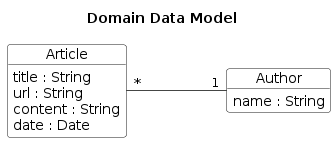
Earlier version of the PlantUML export docs/img/Domain Data Model.png (1Krypt0/FEUP-PRI-PROJ).
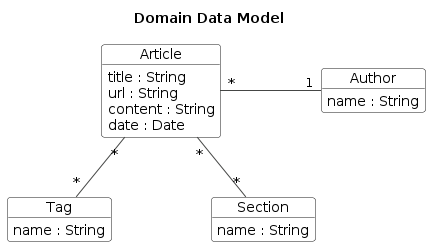
Above is the later version.

Commit message:
Update domain data model

Diff of the diagram source:
```diff
@@ -19,6 +19,16 @@
     name : String
 }
 
+object Tag {
+    name : String
+}
+
+object Section {
+    name : String
+}
+
 Article "*" - "1" Author
+Article "*" -- "*" Tag
+Article "*" -- "*" Section
 
 @enduml
```
